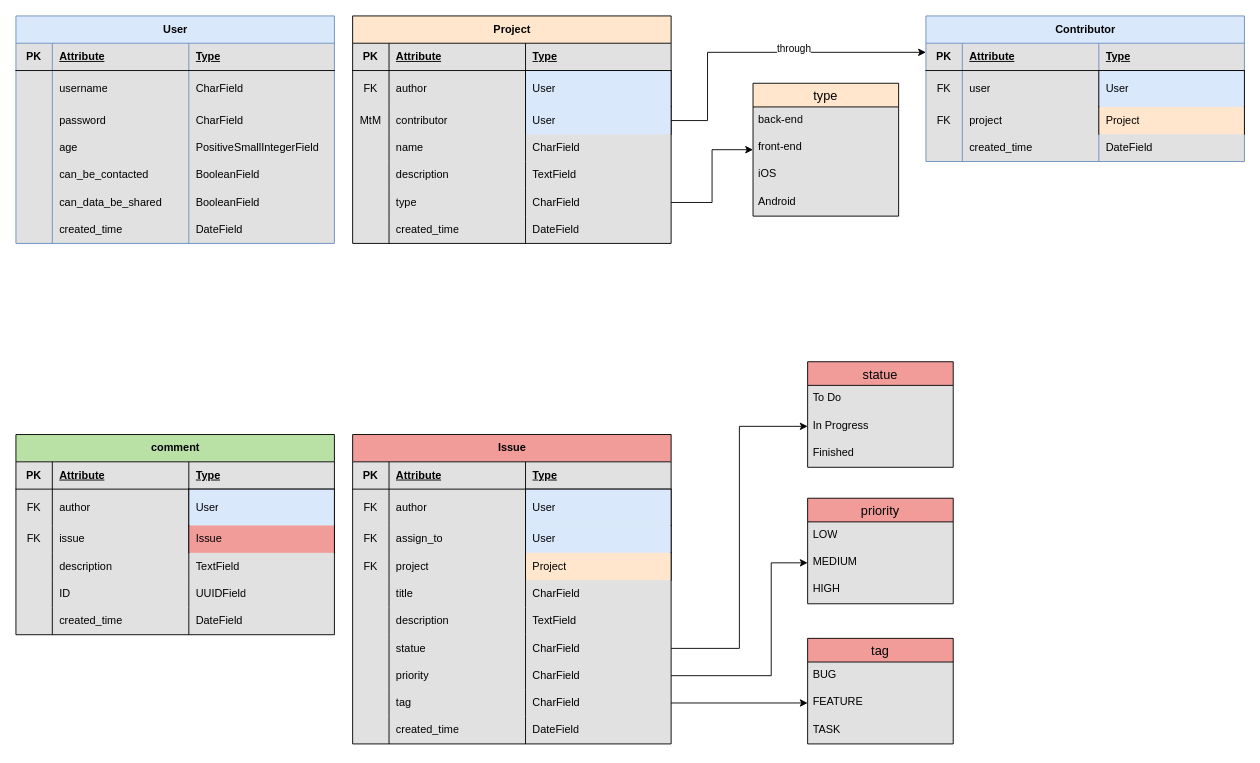
CuteSlime/P10_Creez_une_API_securisee_RESTful_en_utilisant_Django_REST keeps this draw.io diagram as page "Model" (1 of 3) of SoftDesk_Support/Doc/P10_model.drawio. Above is the earlier version. Source tidied: cells renumbered, new cells numbered last; positions are measured from the earlier drawing's top-left corner, leaving out a move shared by most shapes. Both pictures are drawn from the tidied source at 91%, with x=0, y=0 at pixel (15, 15).
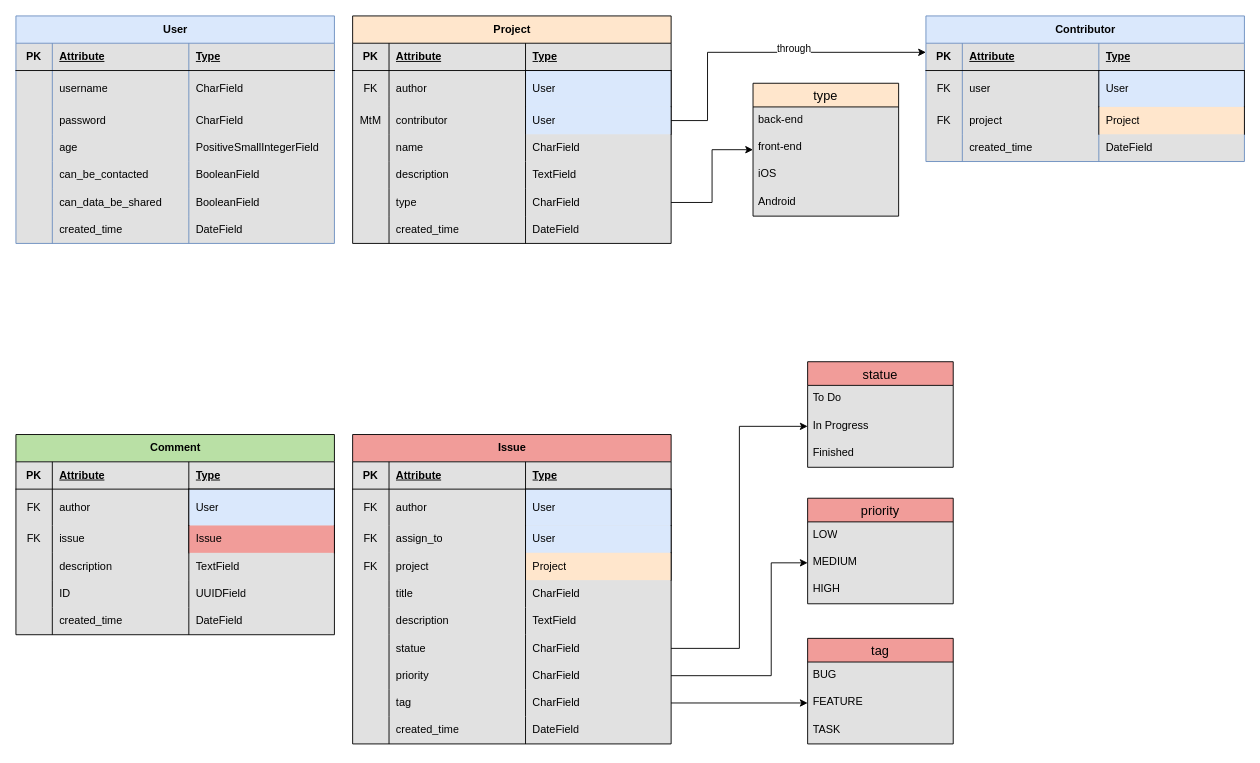
The same page after the edit.

Commit message:
Mettre à jour P10_model.drawio

What changed in the source:
```diff
@@
-    <mxCell id="120" value="comment" style="shape=table;startSize=30;childLayout=tableLayout;rowLines=0;fontStyle=1;align=center;html=1;fillColor=#B9E0A5;strokeColor=#000000;swimlaneFillColor=#E1E1E1;" parent="1" vertex="1">
+    <mxCell id="120" value="Comment" style="shape=table;startSize=30;childLayout=tableLayout;rowLines=0;fontStyle=1;align=center;html=1;fillColor=#B9E0A5;strokeColor=#000000;swimlaneFillColor=#E1E1E1;" parent="1" vertex="1">
       <mxGeometry y="460" width="350" height="220" as="geometry" />
     </mxCell>
```
